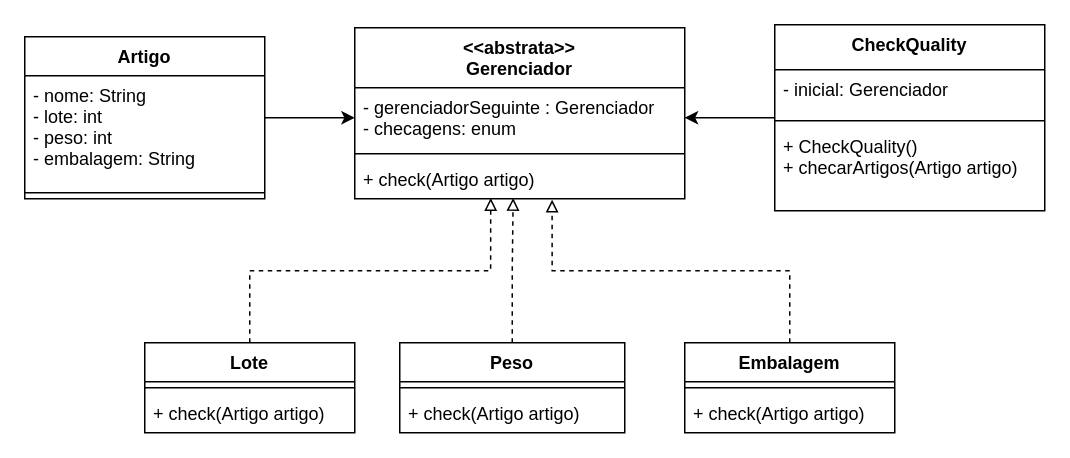
moreirafelipe/dh-backend keeps this draw.io diagram as Aula04/mesa.drawio. Above is the earlier version. Source tidied: cells renumbered, new cells numbered last; positions are measured from the earlier drawing's top-left corner, leaving out a move shared by most shapes. Both pictures are drawn from the tidied source at 150%, with x=0, y=0 at pixel (24, 24).
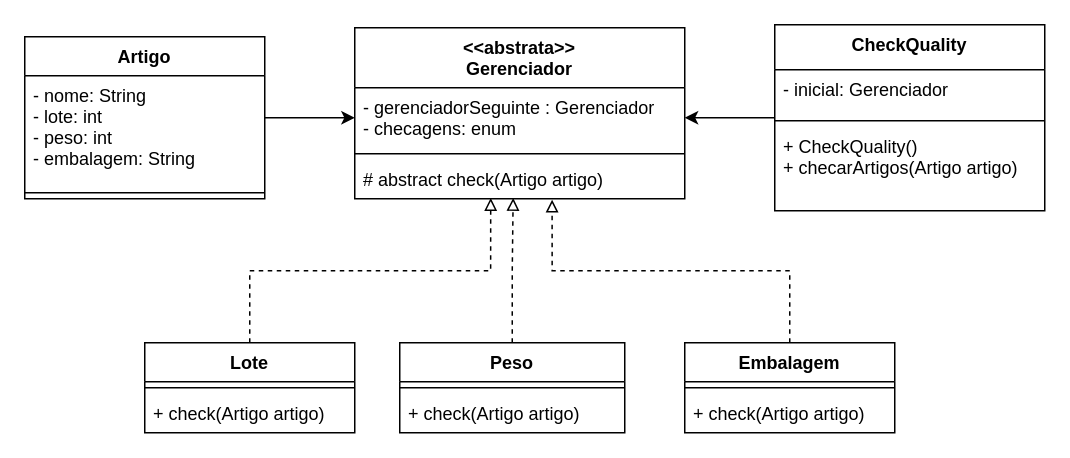
Above is the later version.

The change refers to these unchanged cells:
```xml
<mxCell id="23" value="&lt;&lt;abstrata&gt;&gt;&#10;Gerenciador" style="swimlane;fontStyle=1;align=center;verticalAlign=top;horizontal=1;startSize=40;" parent="1" vertex="1">
  <mxGeometry x="220" y="2" width="220" height="114" as="geometry" />
</mxCell>
```

What changed in the source:
```diff
@@
-    <mxCell id="26" value="+ check(Artigo artigo)" style="text;strokeColor=none;fillColor=none;align=left;verticalAlign=top;spacingLeft=4;spacingRight=4;overflow=hidden;points=[[0,0.5],[1,0.5]];portConstraint=eastwest;" parent="23" vertex="1">
+    <mxCell id="26" value="# abstract check(Artigo artigo)" style="text;strokeColor=none;fillColor=none;align=left;verticalAlign=top;spacingLeft=4;spacingRight=4;overflow=hidden;points=[[0,0.5],[1,0.5]];portConstraint=eastwest;" parent="23" vertex="1">
       <mxGeometry y="88" width="220" height="26" as="geometry" />
     </mxCell>
```
